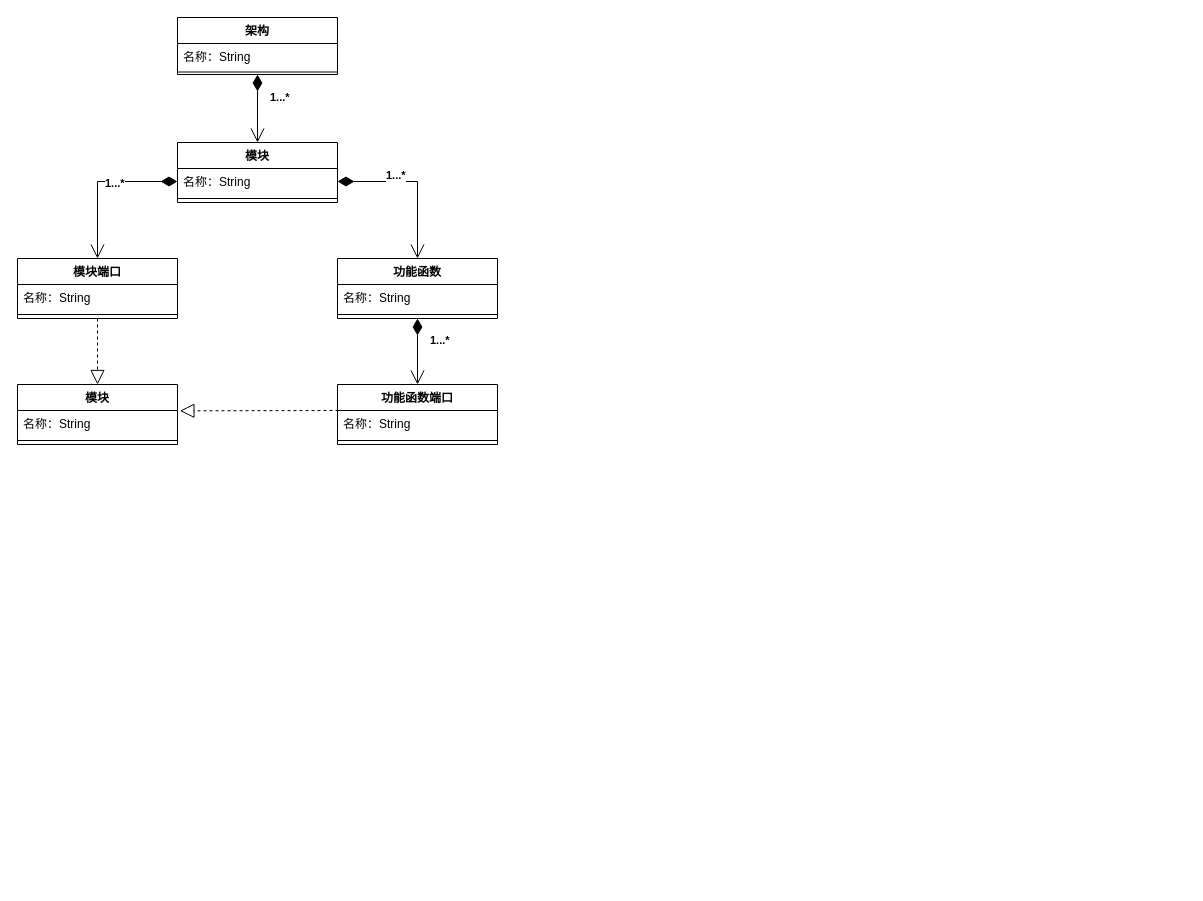
This is page "技术报告" (6 of 6) of Usage Instructions/安全攸关模版.drawio from Ayuan66/ArchTacRV-Software-Architectural-Tactics-Detector-and-Verifier, a draw.io file, before an edit. Source tidied: cells renumbered, new cells numbered last; positions are measured from the earlier drawing's top-left corner, leaving out a move shared by most shapes. Both pictures are drawn from the tidied source at 100%, with x=0, y=0 at pixel (17, 17).
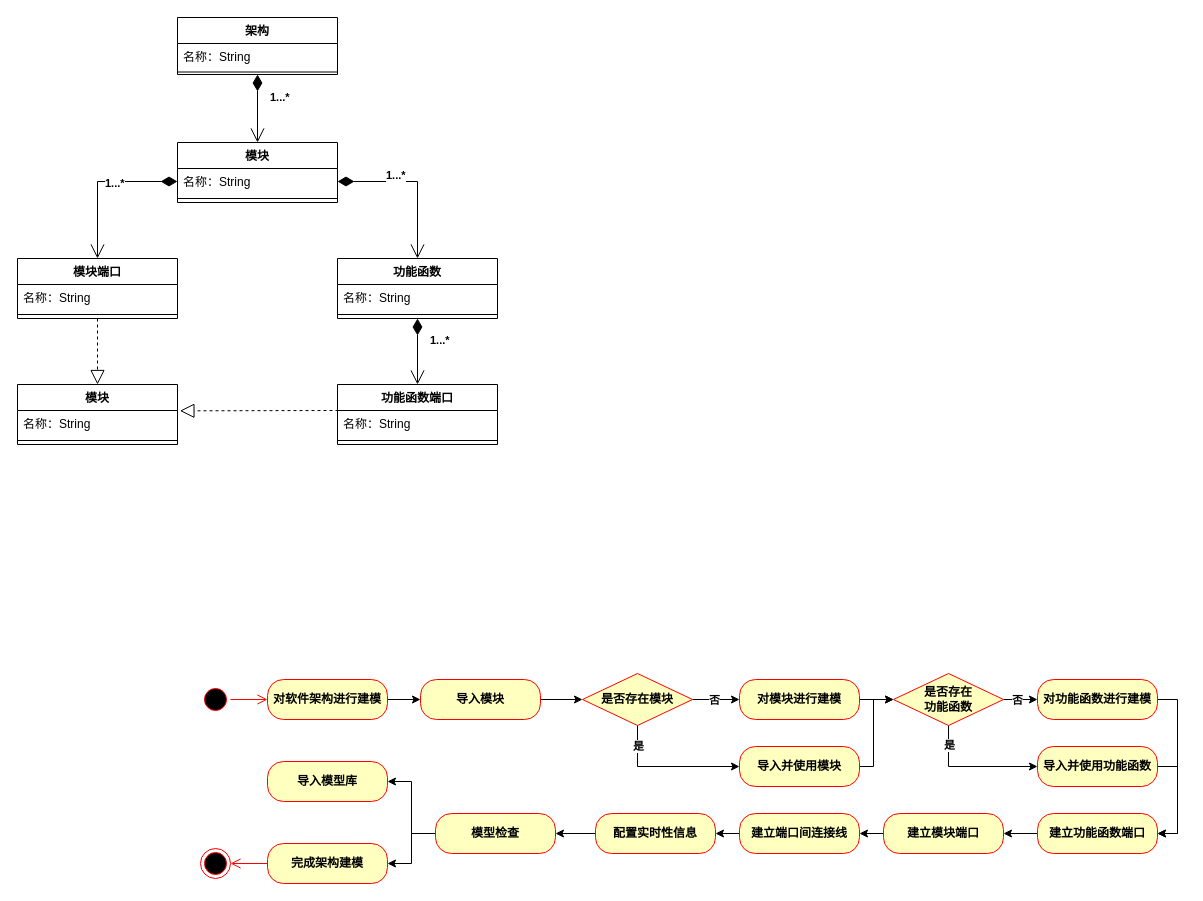
After the change.

Commit message:
增加架构建模流程图

Change to the diagram source:
```diff
@@
+    <mxCell id="26" style="ellipse;html=1;shape=startState;fillColor=#000000;strokeColor=#ff0000;" parent="1" vertex="1">
+      <mxGeometry x="183" y="667" width="30" height="30" as="geometry" />
+    </mxCell>
+    <mxCell id="27" style="edgeStyle=orthogonalEdgeStyle;html=1;verticalAlign=bottom;endArrow=open;endSize=8;strokeColor=#ff0000;rounded=0;entryX=0;entryY=0.5;entryDx=0;entryDy=0;" parent="1" edge="1" source="26" target="29">
+      <mxGeometry relative="1" as="geometry" />
+    </mxCell>
+    <mxCell id="28" style="edgeStyle=orthogonalEdgeStyle;rounded=0;jettySize=auto;html=1;" parent="1" edge="1" source="29" target="31">
+      <mxGeometry relative="1" as="geometry" />
+    </mxCell>
+    <mxCell id="29" value="对软件架构进行建模" style="rounded=1;whiteSpace=wrap;html=1;arcSize=40;fontColor=#000000;fillColor=#ffffc0;strokeColor=#ff0000;fontStyle=1;" parent="1" vertex="1">
+      <mxGeometry x="250" y="662" width="120" height="40" as="geometry" />
+    </mxCell>
+    <mxCell id="30" style="edgeStyle=orthogonalEdgeStyle;rounded=0;jettySize=auto;html=1;" parent="1" edge="1" source="31" target="36">
+      <mxGeometry relative="1" as="geometry" />
+    </mxCell>
+    <mxCell id="31" value="导入模块" style="rounded=1;whiteSpace=wrap;html=1;arcSize=40;fontColor=#000000;fillColor=#ffffc0;strokeColor=#ff0000;fontStyle=1;" parent="1" vertex="1">
+      <mxGeometry x="403" y="662" width="120" height="40" as="geometry" />
+    </mxCell>
+    <mxCell id="32" style="edgeStyle=orthogonalEdgeStyle;rounded=0;jettySize=auto;html=1;" parent="1" edge="1" source="36" target="38">
+      <mxGeometry relative="1" as="geometry" />
+    </mxCell>
+    <mxCell id="33" value="否" style="edgeLabel;html=1;align=center;verticalAlign=middle;fontStyle=1;" parent="32" vertex="1">
+      <mxGeometry x="-0.11" relative="1" as="geometry" />
+    </mxCell>
+    <mxCell id="34" style="edgeStyle=orthogonalEdgeStyle;rounded=0;jettySize=auto;html=1;entryX=0;entryY=0.5;entryDx=0;entryDy=0;" parent="1" edge="1" source="36" target="47">
+      <mxGeometry relative="1" as="geometry">
+        <Array as="points">
+          <mxPoint x="620" y="749" />
+        </Array>
+      </mxGeometry>
+    </mxCell>
+    <mxCell id="35" value="是" style="edgeLabel;html=1;align=center;verticalAlign=middle;fontStyle=1;" parent="34" vertex="1">
+      <mxGeometry x="-0.72" relative="1" as="geometry" />
+    </mxCell>
+    <mxCell id="36" value="是否存在模块" style="rhombus;whiteSpace=wrap;html=1;fontColor=#000000;fillColor=#ffffc0;strokeColor=#ff0000;fontStyle=1;" parent="1" vertex="1">
+      <mxGeometry x="565" y="656" width="110" height="52" as="geometry" />
+    </mxCell>
+    <mxCell id="37" style="edgeStyle=orthogonalEdgeStyle;rounded=0;jettySize=auto;html=1;" parent="1" edge="1" source="38" target="45">
+      <mxGeometry relative="1" as="geometry" />
+    </mxCell>
+    <mxCell id="38" value="对模块进行建模" style="rounded=1;whiteSpace=wrap;html=1;arcSize=40;fontColor=#000000;fillColor=#ffffc0;strokeColor=#ff0000;fontStyle=1;" parent="1" vertex="1">
+      <mxGeometry x="722" y="662" width="120" height="40" as="geometry" />
+    </mxCell>
+    <mxCell id="39" style="edgeStyle=orthogonalEdgeStyle;rounded=0;jettySize=auto;html=1;exitX=1;exitY=0.5;exitDx=0;exitDy=0;entryX=1;entryY=0.5;entryDx=0;entryDy=0;" parent="1" edge="1" source="40" target="51">
+      <mxGeometry relative="1" as="geometry" />
+    </mxCell>
+    <mxCell id="40" value="对功能函数进行建模" style="rounded=1;whiteSpace=wrap;html=1;arcSize=40;fontColor=#000000;fillColor=#ffffc0;strokeColor=#ff0000;fontStyle=1;" parent="1" vertex="1">
+      <mxGeometry x="1020" y="662" width="120" height="40" as="geometry" />
+    </mxCell>
+    <mxCell id="41" style="edgeStyle=orthogonalEdgeStyle;rounded=0;jettySize=auto;html=1;" parent="1" edge="1" source="45" target="40">
+      <mxGeometry relative="1" as="geometry" />
+    </mxCell>
+    <mxCell id="42" value="否" style="edgeLabel;html=1;align=center;verticalAlign=middle;fontStyle=1;" parent="41" vertex="1">
+      <mxGeometry x="-0.42" relative="1" as="geometry" />
+    </mxCell>
+    <mxCell id="43" style="edgeStyle=orthogonalEdgeStyle;rounded=0;jettySize=auto;html=1;entryX=0;entryY=0.5;entryDx=0;entryDy=0;" parent="1" edge="1" source="45" target="49">
+      <mxGeometry relative="1" as="geometry">
+        <Array as="points">
+          <mxPoint x="931" y="749" />
+        </Array>
+      </mxGeometry>
+    </mxCell>
+    <mxCell id="44" value="是" style="edgeLabel;html=1;align=center;verticalAlign=middle;fontStyle=1;" parent="43" vertex="1">
+      <mxGeometry x="-0.71" relative="1" as="geometry" />
+    </mxCell>
+    <mxCell id="45" value="是否存在&lt;div&gt;功能函数&lt;/div&gt;" style="rhombus;whiteSpace=wrap;html=1;fontColor=#000000;fillColor=#ffffc0;strokeColor=#ff0000;fontStyle=1;" parent="1" vertex="1">
+      <mxGeometry x="876" y="656" width="110" height="52" as="geometry" />
+    </mxCell>
+    <mxCell id="46" style="edgeStyle=orthogonalEdgeStyle;rounded=0;jettySize=auto;html=1;entryX=0;entryY=0.5;entryDx=0;entryDy=0;" parent="1" edge="1" source="47" target="45">
+      <mxGeometry relative="1" as="geometry">
+        <Array as="points">
+          <mxPoint x="856" y="749" />
+          <mxPoint x="856" y="682" />
+        </Array>
+      </mxGeometry>
+    </mxCell>
+    <mxCell id="47" value="导入并使用模块" style="rounded=1;whiteSpace=wrap;html=1;arcSize=40;fontColor=#000000;fillColor=#ffffc0;strokeColor=#ff0000;fontStyle=1;" parent="1" vertex="1">
+      <mxGeometry x="722" y="729" width="120" height="40" as="geometry" />
+    </mxCell>
+    <mxCell id="48" style="edgeStyle=orthogonalEdgeStyle;rounded=0;jettySize=auto;html=1;exitX=1;exitY=0.5;exitDx=0;exitDy=0;entryX=1;entryY=0.5;entryDx=0;entryDy=0;" parent="1" edge="1" source="49" target="51">
+      <mxGeometry relative="1" as="geometry" />
+    </mxCell>
+    <mxCell id="49" value="导入并使用功能函数" style="rounded=1;whiteSpace=wrap;html=1;arcSize=40;fontColor=#000000;fillColor=#ffffc0;strokeColor=#ff0000;fontStyle=1;" parent="1" vertex="1">
+      <mxGeometry x="1020" y="729" width="120" height="40" as="geometry" />
+    </mxCell>
+    <mxCell id="50" style="edgeStyle=orthogonalEdgeStyle;rounded=0;jettySize=auto;html=1;" parent="1" edge="1" source="51" target="53">
+      <mxGeometry relative="1" as="geometry" />
+    </mxCell>
+    <mxCell id="51" value="建立功能函数端口" style="rounded=1;whiteSpace=wrap;html=1;arcSize=40;fontColor=#000000;fillColor=#ffffc0;strokeColor=#ff0000;fontStyle=1;" parent="1" vertex="1">
+      <mxGeometry x="1020" y="796" width="120" height="40" as="geometry" />
+    </mxCell>
+    <mxCell id="52" style="edgeStyle=orthogonalEdgeStyle;rounded=0;jettySize=auto;html=1;" parent="1" edge="1" source="53" target="55">
+      <mxGeometry relative="1" as="geometry" />
+    </mxCell>
+    <mxCell id="53" value="建立模块端口" style="rounded=1;whiteSpace=wrap;html=1;arcSize=40;fontColor=#000000;fillColor=#ffffc0;strokeColor=#ff0000;fontStyle=1;" parent="1" vertex="1">
+      <mxGeometry x="866" y="796" width="120" height="40" as="geometry" />
+    </mxCell>
+    <mxCell id="54" style="edgeStyle=orthogonalEdgeStyle;rounded=0;jettySize=auto;html=1;" parent="1" edge="1" source="55" target="57">
+      <mxGeometry relative="1" as="geometry" />
+    </mxCell>
+    <mxCell id="55" value="建立端口间连接线" style="rounded=1;whiteSpace=wrap;html=1;arcSize=40;fontColor=#000000;fillColor=#ffffc0;strokeColor=#ff0000;fontStyle=1;" parent="1" vertex="1">
+      <mxGeometry x="722" y="796" width="120" height="40" as="geometry" />
+    </mxCell>
+    <mxCell id="56" style="edgeStyle=orthogonalEdgeStyle;rounded=0;jettySize=auto;html=1;" parent="1" edge="1" source="57" target="62">
+      <mxGeometry relative="1" as="geometry" />
+    </mxCell>
+    <mxCell id="57" value="配置实时性信息" style="rounded=1;whiteSpace=wrap;html=1;arcSize=40;fontColor=#000000;fillColor=#ffffc0;strokeColor=#ff0000;fontStyle=1;" parent="1" vertex="1">
+      <mxGeometry x="578" y="796" width="120" height="40" as="geometry" />
+    </mxCell>
+    <mxCell id="58" value="导入模型库" style="rounded=1;whiteSpace=wrap;html=1;arcSize=40;fontColor=#000000;fillColor=#ffffc0;strokeColor=#ff0000;fontStyle=1;" parent="1" vertex="1">
+      <mxGeometry x="250" y="744" width="120" height="40" as="geometry" />
+    </mxCell>
+    <mxCell id="59" value="完成架构建模" style="rounded=1;whiteSpace=wrap;html=1;arcSize=40;fontColor=#000000;fillColor=#ffffc0;strokeColor=#ff0000;fontStyle=1;" parent="1" vertex="1">
+      <mxGeometry x="250" y="826" width="120" height="40" as="geometry" />
+    </mxCell>
+    <mxCell id="60" style="edgeStyle=orthogonalEdgeStyle;rounded=0;jettySize=auto;html=1;entryX=1;entryY=0.5;entryDx=0;entryDy=0;" parent="1" edge="1" source="62" target="58">
+      <mxGeometry relative="1" as="geometry" />
+    </mxCell>
+    <mxCell id="61" style="edgeStyle=orthogonalEdgeStyle;rounded=0;jettySize=auto;html=1;entryX=1;entryY=0.5;entryDx=0;entryDy=0;" parent="1" edge="1" source="62" target="59">
+      <mxGeometry relative="1" as="geometry" />
+    </mxCell>
+    <mxCell id="62" value="模型检查" style="rounded=1;whiteSpace=wrap;html=1;arcSize=40;fontColor=#000000;fillColor=#ffffc0;strokeColor=#ff0000;fontStyle=1;" parent="1" vertex="1">
+      <mxGeometry x="418" y="796" width="120" height="40" as="geometry" />
+    </mxCell>
+    <mxCell id="63" style="ellipse;html=1;shape=endState;fillColor=#000000;strokeColor=#ff0000;" parent="1" vertex="1">
+      <mxGeometry x="183" y="831" width="30" height="30" as="geometry" />
+    </mxCell>
+    <mxCell id="64" style="edgeStyle=orthogonalEdgeStyle;html=1;verticalAlign=bottom;endArrow=open;endSize=8;strokeColor=#ff0000;rounded=0;entryX=1;entryY=0.5;entryDx=0;entryDy=0;exitX=0;exitY=0.5;exitDx=0;exitDy=0;" parent="1" edge="1" source="59" target="63">
+      <mxGeometry relative="1" as="geometry" />
+    </mxCell>
```
